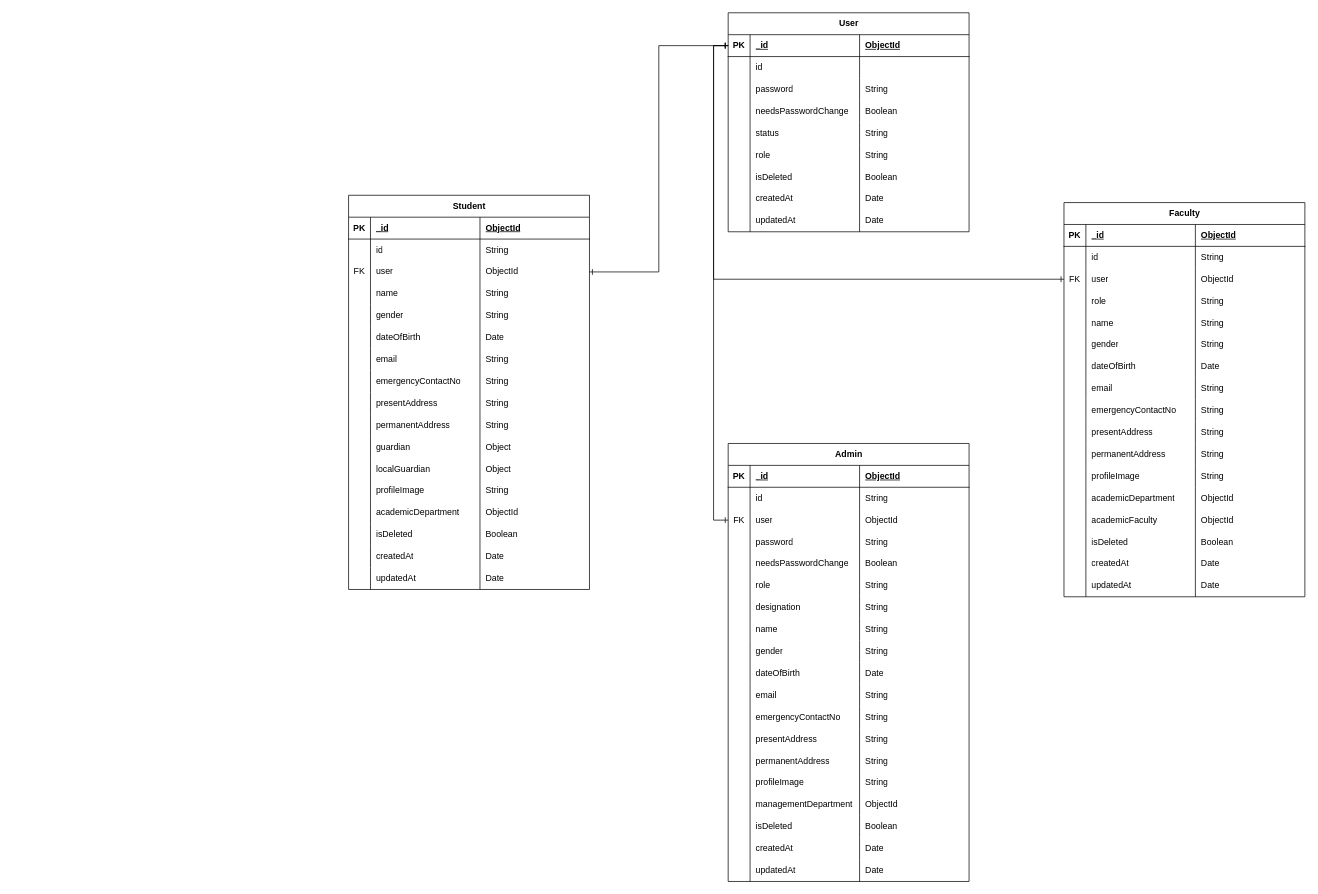
The draw.io diagram SDLC/PH-University/PH University ER Diagram.drawio in SaFaUU/level-2-web, before the edit. Source tidied: cells renumbered, new cells numbered last; positions are measured from the earlier drawing's top-left corner, leaving out a move shared by most shapes. Both pictures are drawn from the tidied source at 73%, with x=0, y=0 at pixel (348, 12).
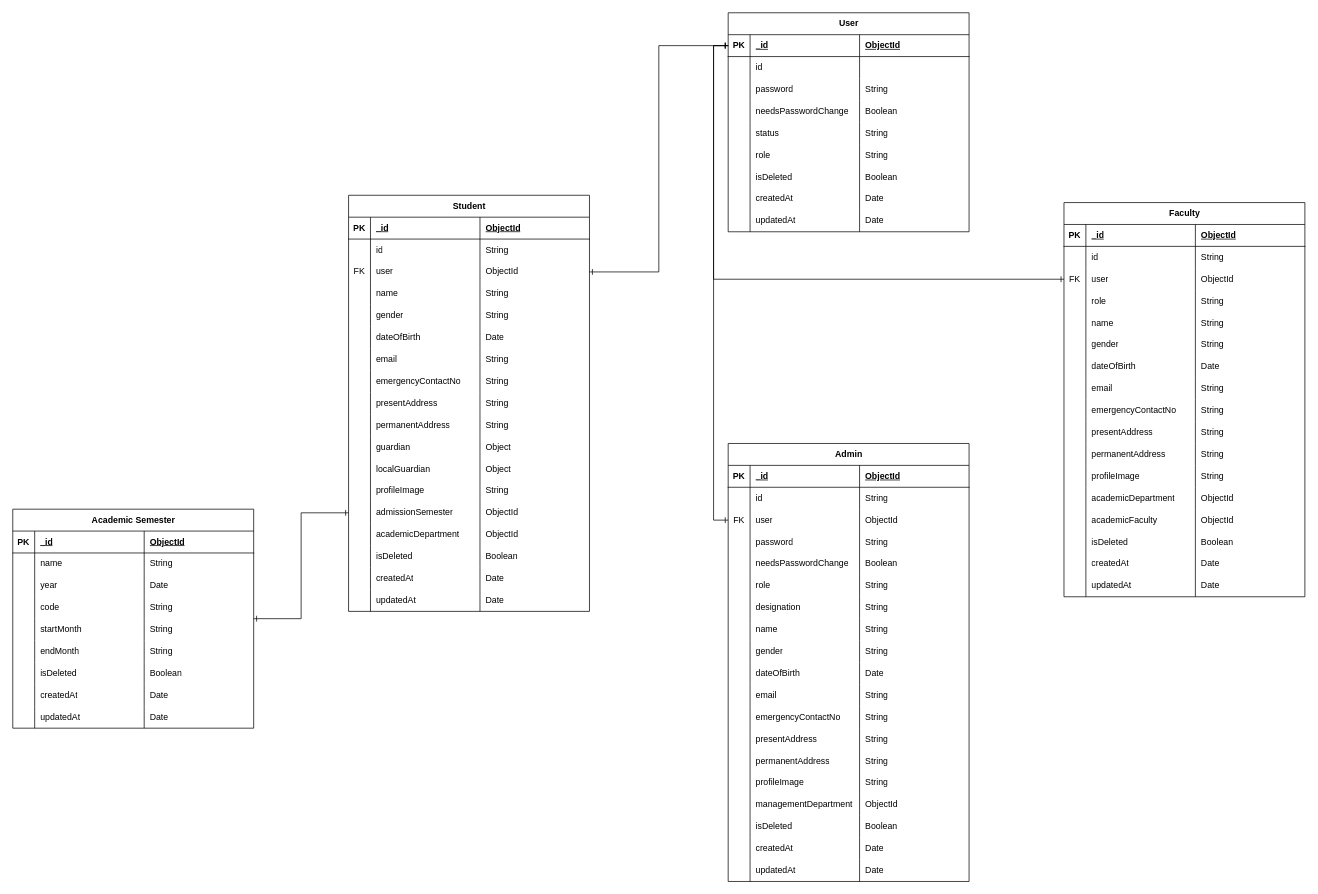
Above is the later version.

Commit message (it also covers changes not shown here):
Created Academic Semester Route and Refactored Constants

What changed in the source:
```diff
@@
     <mxCell id="2" value="Student" style="shape=table;startSize=30;childLayout=tableLayout;rowLines=0;fontStyle=1;align=center;html=1;" parent="1" vertex="1">
-      <mxGeometry y="250" width="330" height="540" as="geometry" />
+      <mxGeometry y="250" width="330" height="570" as="geometry" />
     </mxCell>
@@
+    <mxCell id="257" style="shape=tableRow;horizontal=0;startSize=0;swimlaneHead=0;swimlaneBody=0;fillColor=none;points=[[0,0.5],[1,0.5]];portConstraint=eastwest;top=0;left=0;right=0;bottom=0;" parent="2" vertex="1">
+      <mxGeometry y="420" width="330" height="30" as="geometry" />
+    </mxCell>
+    <mxCell id="258" style="shape=partialRectangle;fillColor=none;top=0;left=0;bottom=0;right=0;overflow=hidden;whiteSpace=wrap;html=1;" parent="257" vertex="1">
+      <mxGeometry width="30" height="30" as="geometry" />
+    </mxCell>
+    <mxCell id="259" value="admissionSemester" style="shape=partialRectangle;fillColor=none;top=0;left=0;bottom=0;right=0;align=left;spacingLeft=6;overflow=hidden;whiteSpace=wrap;html=1;" parent="257" vertex="1">
+      <mxGeometry x="30" width="150" height="30" as="geometry" />
+    </mxCell>
+    <mxCell id="260" value="ObjectId" style="shape=partialRectangle;fillColor=none;top=0;left=0;bottom=0;right=0;align=left;spacingLeft=6;overflow=hidden;whiteSpace=wrap;html=1;" parent="257" vertex="1">
+      <mxGeometry x="180" width="150" height="30" as="geometry" />
+    </mxCell>
     <mxCell id="55" style="shape=tableRow;horizontal=0;startSize=0;swimlaneHead=0;swimlaneBody=0;fillColor=none;top=0;left=0;right=0;bottom=0;" parent="2" vertex="1">
-      <mxGeometry y="420" width="330" height="30" as="geometry" />
+      <mxGeometry y="450" width="330" height="30" as="geometry" />
     </mxCell>
@@
     <mxCell id="59" style="shape=tableRow;horizontal=0;startSize=0;swimlaneHead=0;swimlaneBody=0;fillColor=none;top=0;left=0;right=0;bottom=0;" parent="2" vertex="1">
-      <mxGeometry y="450" width="330" height="30" as="geometry" />
+      <mxGeometry y="480" width="330" height="30" as="geometry" />
     </mxCell>
@@
     <mxCell id="63" style="shape=tableRow;horizontal=0;startSize=0;swimlaneHead=0;swimlaneBody=0;fillColor=none;top=0;left=0;right=0;bottom=0;" parent="2" vertex="1">
-      <mxGeometry y="480" width="330" height="30" as="geometry" />
+      <mxGeometry y="510" width="330" height="30" as="geometry" />
     </mxCell>
@@
     <mxCell id="67" style="shape=tableRow;horizontal=0;startSize=0;swimlaneHead=0;swimlaneBody=0;fillColor=none;top=0;left=0;right=0;bottom=0;" parent="2" vertex="1">
-      <mxGeometry y="510" width="330" height="30" as="geometry" />
+      <mxGeometry y="540" width="330" height="30" as="geometry" />
     </mxCell>
@@
+    <mxCell id="261" style="edgeStyle=orthogonalEdgeStyle;rounded=0;jettySize=auto;html=1;endArrow=ERone;endFill=0;startArrow=ERone;startFill=0;" parent="1" edge="1" source="262" target="257">
+      <mxGeometry relative="1" as="geometry" />
+    </mxCell>
+    <mxCell id="262" value="Academic Semester" style="shape=table;startSize=30;childLayout=tableLayout;rowLines=0;fontStyle=1;align=center;html=1;" parent="1" vertex="1">
+      <mxGeometry x="-460" y="680" width="330" height="300" as="geometry" />
+    </mxCell>
+    <mxCell id="263" style="shape=tableRow;horizontal=0;startSize=0;swimlaneHead=0;swimlaneBody=0;fillColor=none;top=0;left=0;right=0;bottom=1;" parent="262" vertex="1">
+      <mxGeometry y="30" width="330" height="30" as="geometry" />
+    </mxCell>
+    <mxCell id="264" value="PK" style="shape=partialRectangle;fillColor=none;top=0;left=0;bottom=0;right=0;fontStyle=1;overflow=hidden;whiteSpace=wrap;html=1;" parent="263" vertex="1">
+      <mxGeometry width="30" height="30" as="geometry" />
+    </mxCell>
+    <mxCell id="265" value="_id" style="shape=partialRectangle;fillColor=none;top=0;left=0;bottom=0;right=0;align=left;spacingLeft=6;fontStyle=5;overflow=hidden;whiteSpace=wrap;html=1;" parent="263" vertex="1">
+      <mxGeometry x="30" width="150" height="30" as="geometry" />
+    </mxCell>
+    <mxCell id="266" value="ObjectId" style="shape=partialRectangle;fillColor=none;top=0;left=0;bottom=0;right=0;align=left;spacingLeft=6;fontStyle=5;overflow=hidden;whiteSpace=wrap;html=1;" parent="263" vertex="1">
+      <mxGeometry x="180" width="150" height="30" as="geometry" />
+    </mxCell>
+    <mxCell id="267" style="shape=tableRow;horizontal=0;startSize=0;swimlaneHead=0;swimlaneBody=0;fillColor=none;top=0;left=0;right=0;bottom=0;" parent="262" vertex="1">
+      <mxGeometry y="60" width="330" height="30" as="geometry" />
+    </mxCell>
+    <mxCell id="268" style="shape=partialRectangle;fillColor=none;top=0;left=0;bottom=0;right=0;overflow=hidden;whiteSpace=wrap;html=1;" parent="267" vertex="1">
+      <mxGeometry width="30" height="30" as="geometry" />
+    </mxCell>
+    <mxCell id="269" value="name" style="shape=partialRectangle;fillColor=none;top=0;left=0;bottom=0;right=0;align=left;spacingLeft=6;overflow=hidden;whiteSpace=wrap;html=1;" parent="267" vertex="1">
+      <mxGeometry x="30" width="150" height="30" as="geometry" />
+    </mxCell>
+    <mxCell id="270" value="String" style="shape=partialRectangle;fillColor=none;top=0;left=0;bottom=0;right=0;align=left;spacingLeft=6;overflow=hidden;whiteSpace=wrap;html=1;" parent="267" vertex="1">
+      <mxGeometry x="180" width="150" height="30" as="geometry" />
+    </mxCell>
+    <mxCell id="271" style="shape=tableRow;horizontal=0;startSize=0;swimlaneHead=0;swimlaneBody=0;fillColor=none;top=0;left=0;right=0;bottom=0;" parent="262" vertex="1">
+      <mxGeometry y="90" width="330" height="30" as="geometry" />
+    </mxCell>
+    <mxCell id="272" style="shape=partialRectangle;fillColor=none;top=0;left=0;bottom=0;right=0;overflow=hidden;whiteSpace=wrap;html=1;" parent="271" vertex="1">
+      <mxGeometry width="30" height="30" as="geometry" />
+    </mxCell>
+    <mxCell id="273" value="year" style="shape=partialRectangle;fillColor=none;top=0;left=0;bottom=0;right=0;align=left;spacingLeft=6;overflow=hidden;whiteSpace=wrap;html=1;" parent="271" vertex="1">
+      <mxGeometry x="30" width="150" height="30" as="geometry" />
+    </mxCell>
+    <mxCell id="274" value="Date" style="shape=partialRectangle;fillColor=none;top=0;left=0;bottom=0;right=0;align=left;spacingLeft=6;overflow=hidden;whiteSpace=wrap;html=1;" parent="271" vertex="1">
+      <mxGeometry x="180" width="150" height="30" as="geometry" />
+    </mxCell>
+    <mxCell id="275" style="shape=tableRow;horizontal=0;startSize=0;swimlaneHead=0;swimlaneBody=0;fillColor=none;top=0;left=0;right=0;bottom=0;" parent="262" vertex="1">
+      <mxGeometry y="120" width="330" height="30" as="geometry" />
+    </mxCell>
+    <mxCell id="276" style="shape=partialRectangle;fillColor=none;top=0;left=0;bottom=0;right=0;overflow=hidden;whiteSpace=wrap;html=1;" parent="275" vertex="1">
+      <mxGeometry width="30" height="30" as="geometry" />
+    </mxCell>
+    <mxCell id="277" value="code" style="shape=partialRectangle;fillColor=none;top=0;left=0;bottom=0;right=0;align=left;spacingLeft=6;overflow=hidden;whiteSpace=wrap;html=1;" parent="275" vertex="1">
+      <mxGeometry x="30" width="150" height="30" as="geometry" />
+    </mxCell>
+    <mxCell id="278" value="String" style="shape=partialRectangle;fillColor=none;top=0;left=0;bottom=0;right=0;align=left;spacingLeft=6;overflow=hidden;whiteSpace=wrap;html=1;" parent="275" vertex="1">
+      <mxGeometry x="180" width="150" height="30" as="geometry" />
+    </mxCell>
+    <mxCell id="279" style="shape=tableRow;horizontal=0;startSize=0;swimlaneHead=0;swimlaneBody=0;fillColor=none;top=0;left=0;right=0;bottom=0;" parent="262" vertex="1">
+      <mxGeometry y="150" width="330" height="30" as="geometry" />
+    </mxCell>
+    <mxCell id="280" style="shape=partialRectangle;fillColor=none;top=0;left=0;bottom=0;right=0;overflow=hidden;whiteSpace=wrap;html=1;" parent="279" vertex="1">
+      <mxGeometry width="30" height="30" as="geometry" />
+    </mxCell>
+    <mxCell id="281" value="startMonth" style="shape=partialRectangle;fillColor=none;top=0;left=0;bottom=0;right=0;align=left;spacingLeft=6;overflow=hidden;whiteSpace=wrap;html=1;" parent="279" vertex="1">
+      <mxGeometry x="30" width="150" height="30" as="geometry" />
+    </mxCell>
+    <mxCell id="282" value="String" style="shape=partialRectangle;fillColor=none;top=0;left=0;bottom=0;right=0;align=left;spacingLeft=6;overflow=hidden;whiteSpace=wrap;html=1;" parent="279" vertex="1">
+      <mxGeometry x="180" width="150" height="30" as="geometry" />
+    </mxCell>
+    <mxCell id="283" style="shape=tableRow;horizontal=0;startSize=0;swimlaneHead=0;swimlaneBody=0;fillColor=none;top=0;left=0;right=0;bottom=0;" parent="262" vertex="1">
+      <mxGeometry y="180" width="330" height="30" as="geometry" />
+    </mxCell>
+    <mxCell id="284" style="shape=partialRectangle;fillColor=none;top=0;left=0;bottom=0;right=0;overflow=hidden;whiteSpace=wrap;html=1;" parent="283" vertex="1">
+      <mxGeometry width="30" height="30" as="geometry" />
+    </mxCell>
+    <mxCell id="285" value="endMonth" style="shape=partialRectangle;fillColor=none;top=0;left=0;bottom=0;right=0;align=left;spacingLeft=6;overflow=hidden;whiteSpace=wrap;html=1;" parent="283" vertex="1">
+      <mxGeometry x="30" width="150" height="30" as="geometry" />
+    </mxCell>
+    <mxCell id="286" value="String" style="shape=partialRectangle;fillColor=none;top=0;left=0;bottom=0;right=0;align=left;spacingLeft=6;overflow=hidden;whiteSpace=wrap;html=1;" parent="283" vertex="1">
+      <mxGeometry x="180" width="150" height="30" as="geometry" />
+    </mxCell>
+    <mxCell id="287" style="shape=tableRow;horizontal=0;startSize=0;swimlaneHead=0;swimlaneBody=0;fillColor=none;top=0;left=0;right=0;bottom=0;" parent="262" vertex="1">
+      <mxGeometry y="210" width="330" height="30" as="geometry" />
+    </mxCell>
+    <mxCell id="288" style="shape=partialRectangle;fillColor=none;top=0;left=0;bottom=0;right=0;overflow=hidden;whiteSpace=wrap;html=1;" parent="287" vertex="1">
+      <mxGeometry width="30" height="30" as="geometry" />
+    </mxCell>
+    <mxCell id="289" value="isDeleted" style="shape=partialRectangle;fillColor=none;top=0;left=0;bottom=0;right=0;align=left;spacingLeft=6;overflow=hidden;whiteSpace=wrap;html=1;" parent="287" vertex="1">
+      <mxGeometry x="30" width="150" height="30" as="geometry" />
+    </mxCell>
+    <mxCell id="290" value="Boolean" style="shape=partialRectangle;fillColor=none;top=0;left=0;bottom=0;right=0;align=left;spacingLeft=6;overflow=hidden;whiteSpace=wrap;html=1;" parent="287" vertex="1">
+      <mxGeometry x="180" width="150" height="30" as="geometry" />
+    </mxCell>
+    <mxCell id="291" style="shape=tableRow;horizontal=0;startSize=0;swimlaneHead=0;swimlaneBody=0;fillColor=none;top=0;left=0;right=0;bottom=0;" parent="262" vertex="1">
+      <mxGeometry y="240" width="330" height="30" as="geometry" />
+    </mxCell>
+    <mxCell id="292" style="shape=partialRectangle;fillColor=none;top=0;left=0;bottom=0;right=0;overflow=hidden;whiteSpace=wrap;html=1;" parent="291" vertex="1">
+      <mxGeometry width="30" height="30" as="geometry" />
+    </mxCell>
+    <mxCell id="293" value="createdAt" style="shape=partialRectangle;fillColor=none;top=0;left=0;bottom=0;right=0;align=left;spacingLeft=6;overflow=hidden;whiteSpace=wrap;html=1;" parent="291" vertex="1">
+      <mxGeometry x="30" width="150" height="30" as="geometry" />
+    </mxCell>
+    <mxCell id="294" value="Date" style="shape=partialRectangle;fillColor=none;top=0;left=0;bottom=0;right=0;align=left;spacingLeft=6;overflow=hidden;whiteSpace=wrap;html=1;" parent="291" vertex="1">
+      <mxGeometry x="180" width="150" height="30" as="geometry" />
+    </mxCell>
+    <mxCell id="295" style="shape=tableRow;horizontal=0;startSize=0;swimlaneHead=0;swimlaneBody=0;fillColor=none;top=0;left=0;right=0;bottom=0;" parent="262" vertex="1">
+      <mxGeometry y="270" width="330" height="30" as="geometry" />
+    </mxCell>
+    <mxCell id="296" style="shape=partialRectangle;fillColor=none;top=0;left=0;bottom=0;right=0;overflow=hidden;whiteSpace=wrap;html=1;" parent="295" vertex="1">
+      <mxGeometry width="30" height="30" as="geometry" />
+    </mxCell>
+    <mxCell id="297" value="updatedAt" style="shape=partialRectangle;fillColor=none;top=0;left=0;bottom=0;right=0;align=left;spacingLeft=6;overflow=hidden;whiteSpace=wrap;html=1;" parent="295" vertex="1">
+      <mxGeometry x="30" width="150" height="30" as="geometry" />
+    </mxCell>
+    <mxCell id="298" value="Date" style="shape=partialRectangle;fillColor=none;top=0;left=0;bottom=0;right=0;align=left;spacingLeft=6;overflow=hidden;whiteSpace=wrap;html=1;" parent="295" vertex="1">
+      <mxGeometry x="180" width="150" height="30" as="geometry" />
+    </mxCell>
```
